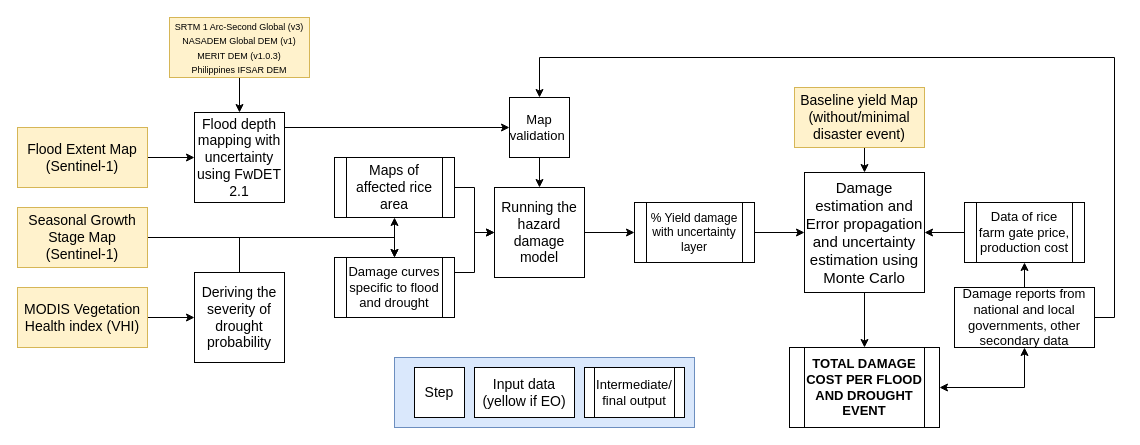
Above: fd.drawio in arnanaraza/diagrams (draw.io), before the change. Source tidied: cells renumbered, new cells numbered last; positions are measured from the earlier drawing's top-left corner, leaving out a move shared by most shapes. Both pictures are drawn from the tidied source at 100%, with x=0, y=0 at pixel (17, 17).
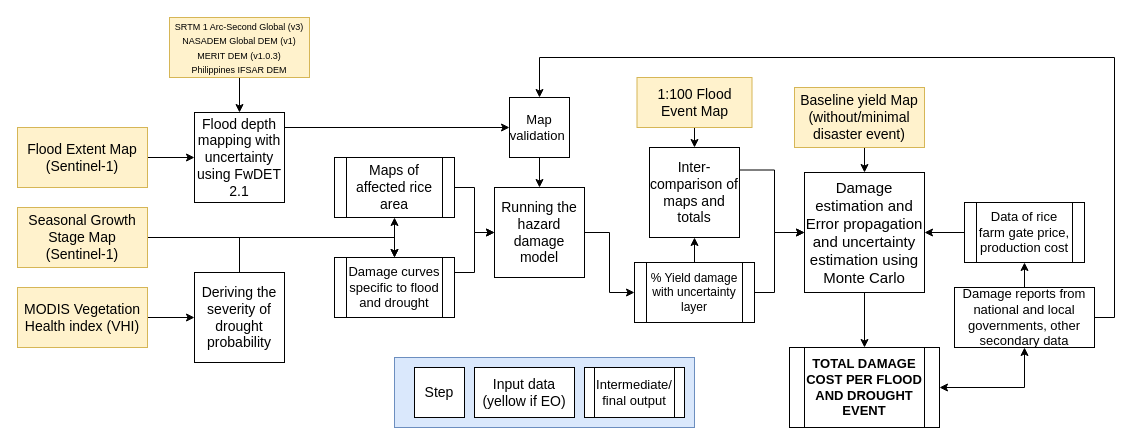
The same diagram, later.

The change refers to these unchanged cells:
```xml
<mxCell id="12" value="&lt;font style=&quot;font-size: 15px;&quot;&gt;Damage estimation and Error propagation and uncertainty estimation using Monte Carlo&lt;/font&gt;" style="whiteSpace=wrap;html=1;" parent="1" vertex="1">
  <mxGeometry x="787" y="155" width="120" height="120" as="geometry" />
</mxCell>
```

The edit, as a diff of the source:
```diff
@@
+    <mxCell id="41" style="edgeStyle=orthogonalEdgeStyle;rounded=0;jettySize=auto;html=1;exitX=0.5;exitY=0;exitDx=0;exitDy=0;entryX=0.5;entryY=1;entryDx=0;entryDy=0;" parent="1" edge="1" source="22" target="45">
+      <mxGeometry relative="1" as="geometry" />
+    </mxCell>
     <mxCell id="21" style="edgeStyle=orthogonalEdgeStyle;rounded=0;jettySize=auto;html=1;exitX=1;exitY=0.5;exitDx=0;exitDy=0;entryX=0;entryY=0.5;entryDx=0;entryDy=0;" parent="1" edge="1" source="22" target="12">
-      <mxGeometry relative="1" as="geometry" />
+      <mxGeometry relative="1" as="geometry">
+        <Array as="points">
+          <mxPoint x="757" y="275" />
+          <mxPoint x="757" y="215" />
+        </Array>
+      </mxGeometry>
     </mxCell>
     <mxCell id="22" value="&lt;font&gt;% Yield damage with uncertainty layer&lt;/font&gt;" style="shape=process;whiteSpace=wrap;html=1;backgroundOutline=1;" parent="1" vertex="1">
-      <mxGeometry x="617" y="185" width="120" height="60" as="geometry" />
+      <mxGeometry x="617" y="245" width="120" height="60" as="geometry" />
     </mxCell>
@@
+    <mxCell id="42" style="edgeStyle=orthogonalEdgeStyle;rounded=0;jettySize=auto;html=1;exitX=0.5;exitY=1;exitDx=0;exitDy=0;entryX=0.5;entryY=0;entryDx=0;entryDy=0;" parent="1" edge="1" source="43" target="45">
+      <mxGeometry relative="1" as="geometry" />
+    </mxCell>
+    <mxCell id="43" value="&lt;font style=&quot;font-size: 14px;&quot;&gt;1:100 Flood Event Map&lt;/font&gt;" style="rounded=0;whiteSpace=wrap;html=1;fillColor=#fff2cc;strokeColor=#d6b656;" parent="1" vertex="1">
+      <mxGeometry x="619.5" y="60" width="115" height="50" as="geometry" />
+    </mxCell>
+    <mxCell id="44" style="edgeStyle=orthogonalEdgeStyle;rounded=0;jettySize=auto;html=1;exitX=1;exitY=0.25;exitDx=0;exitDy=0;entryX=0;entryY=0.5;entryDx=0;entryDy=0;" parent="1" edge="1" source="45" target="12">
+      <mxGeometry relative="1" as="geometry">
+        <Array as="points">
+          <mxPoint x="757" y="153" />
+          <mxPoint x="757" y="215" />
+        </Array>
+      </mxGeometry>
+    </mxCell>
+    <mxCell id="45" value="&lt;font style=&quot;font-size: 14px;&quot;&gt;Inter-comparison of maps and totals&lt;/font&gt;" style="whiteSpace=wrap;html=1;" parent="1" vertex="1">
+      <mxGeometry x="632" y="130" width="90" height="90" as="geometry" />
+    </mxCell>
```
